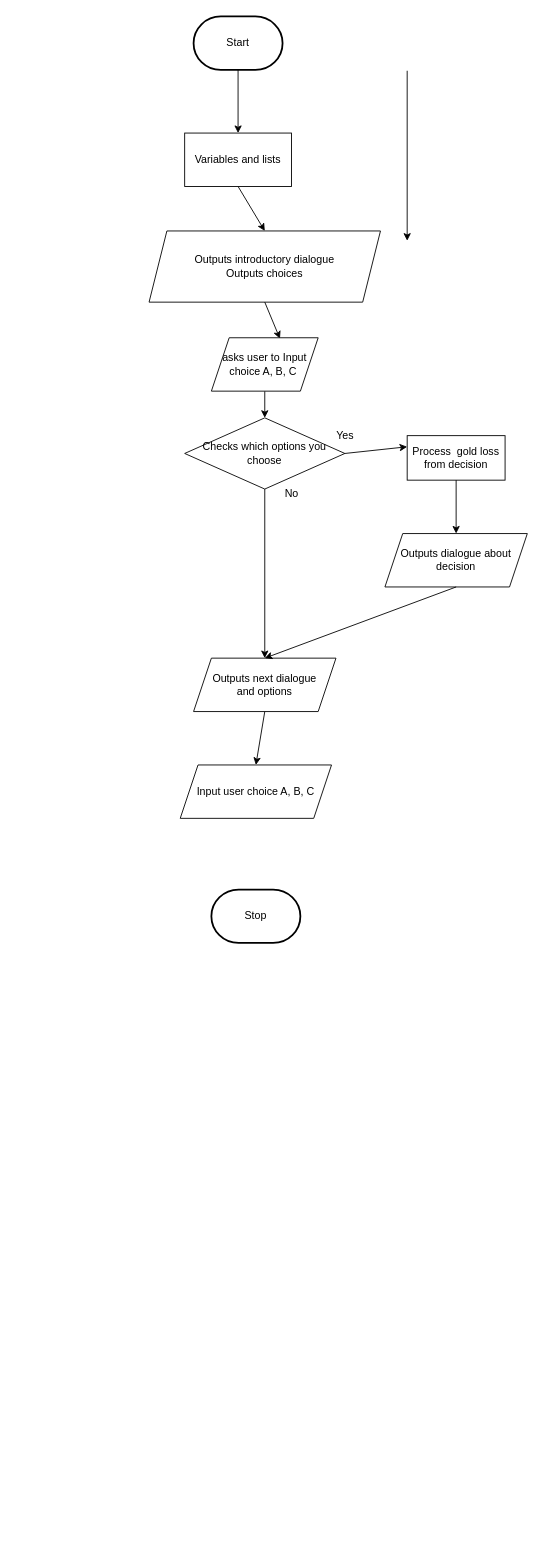
This is design/flowchart.drawio from MTHS-TEJ2O-1-2023/TEJ2O-Unit-2-05-michael-bruneau, a draw.io file, before an edit. Source tidied: cells renumbered, new cells numbered last; positions are measured from the earlier drawing's top-left corner, leaving out a move shared by most shapes. Both pictures are drawn from the tidied source at 89%, with x=0, y=0 at pixel (149, 16).
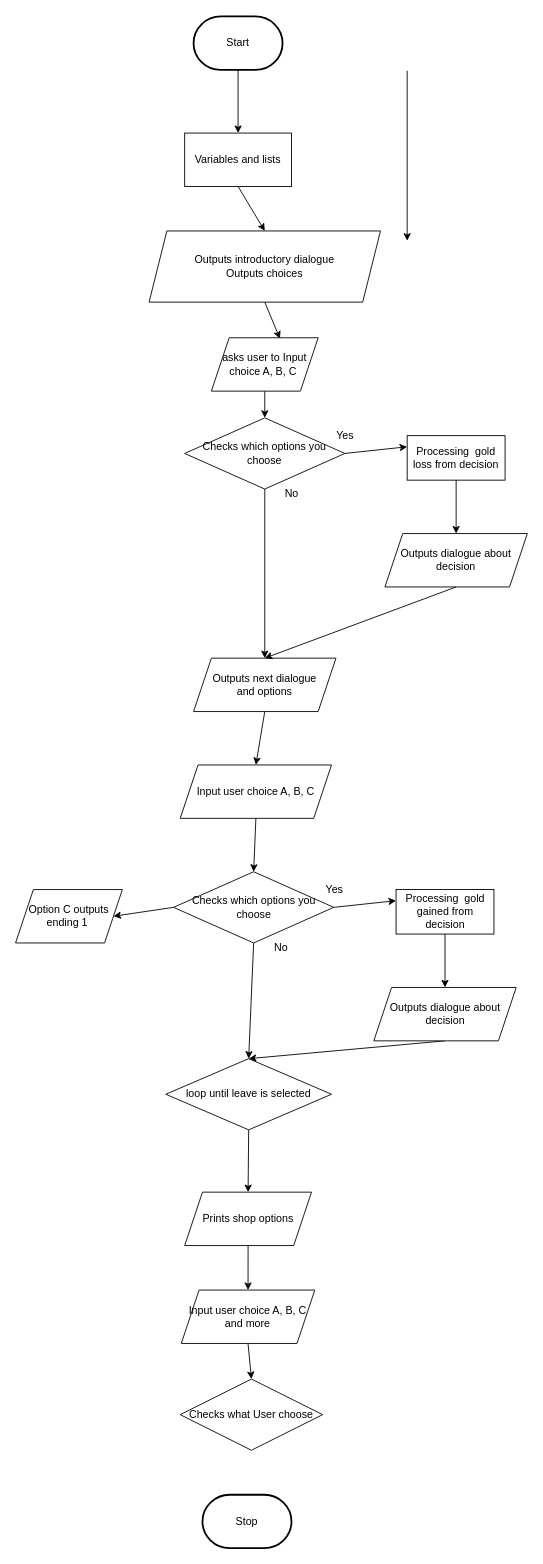
After the change.

Commit message:
Flow chart

Unchanged cells that the change refers to:
```xml
<mxCell id="23" value="Input user choice A, B, C" style="shape=parallelogram;perimeter=parallelogramPerimeter;whiteSpace=wrap;html=1;fixedSize=1;" parent="1" vertex="1">
  <mxGeometry x="35" y="841" width="170" height="60" as="geometry" />
</mxCell>
```

The edit, as a diff of the source:
```diff
@@
     <mxCell id="3" value="Stop" style="strokeWidth=2;html=1;shape=mxgraph.flowchart.terminator;whiteSpace=wrap;" parent="1" vertex="1">
-      <mxGeometry x="70" y="981" width="100" height="60" as="geometry" />
+      <mxGeometry x="60" y="1661" width="100" height="60" as="geometry" />
     </mxCell>
@@
-    <mxCell id="16" value="Process&amp;nbsp; gold loss from decision" style="rounded=0;whiteSpace=wrap;html=1;" parent="1" vertex="1">
+    <mxCell id="16" value="Processing&amp;nbsp; gold loss from decision" style="rounded=0;whiteSpace=wrap;html=1;" parent="1" vertex="1">
       <mxGeometry x="290" y="471" width="110" height="50" as="geometry" />
     </mxCell>
@@
+    <mxCell id="24" style="edgeStyle=none;html=1;exitX=0.5;exitY=1;exitDx=0;exitDy=0;entryX=0.5;entryY=0;entryDx=0;entryDy=0;" parent="1" edge="1" source="23" target="27">
+      <mxGeometry relative="1" as="geometry" />
+    </mxCell>
@@
+    <mxCell id="25" style="edgeStyle=none;html=1;exitX=0;exitY=0.5;exitDx=0;exitDy=0;entryX=1;entryY=0.5;entryDx=0;entryDy=0;" parent="1" edge="1" source="27" target="35">
+      <mxGeometry relative="1" as="geometry" />
+    </mxCell>
+    <mxCell id="26" style="edgeStyle=none;html=1;exitX=0.5;exitY=1;exitDx=0;exitDy=0;entryX=0.5;entryY=0;entryDx=0;entryDy=0;" parent="1" edge="1" source="27" target="39">
+      <mxGeometry relative="1" as="geometry" />
+    </mxCell>
+    <mxCell id="27" value="Checks which options you choose" style="rhombus;whiteSpace=wrap;html=1;" parent="1" vertex="1">
+      <mxGeometry x="27.5" y="961" width="180" height="80" as="geometry" />
+    </mxCell>
+    <mxCell id="28" value="No" style="text;html=1;align=center;verticalAlign=middle;strokeColor=none;fillColor=none;" parent="1" vertex="1">
+      <mxGeometry x="127.5" y="1031" width="40" height="30" as="geometry" />
+    </mxCell>
+    <mxCell id="29" value="Yes" style="text;html=1;align=center;verticalAlign=middle;strokeColor=none;fillColor=none;" parent="1" vertex="1">
+      <mxGeometry x="187.5" y="966" width="40" height="30" as="geometry" />
+    </mxCell>
+    <mxCell id="30" value="Processing&amp;nbsp; gold gained from decision" style="rounded=0;whiteSpace=wrap;html=1;" parent="1" vertex="1">
+      <mxGeometry x="277.5" y="981" width="110" height="50" as="geometry" />
+    </mxCell>
+    <mxCell id="31" style="edgeStyle=none;html=1;exitX=0.5;exitY=1;exitDx=0;exitDy=0;entryX=0.5;entryY=0;entryDx=0;entryDy=0;" parent="1" edge="1" source="32" target="39">
+      <mxGeometry relative="1" as="geometry" />
+    </mxCell>
+    <mxCell id="32" value="Outputs dialogue about decision" style="shape=parallelogram;perimeter=parallelogramPerimeter;whiteSpace=wrap;html=1;fixedSize=1;" parent="1" vertex="1">
+      <mxGeometry x="252.5" y="1091" width="160" height="60" as="geometry" />
+    </mxCell>
+    <mxCell id="33" style="html=1;rounded=0;exitX=1;exitY=0.5;exitDx=0;exitDy=0;entryX=0;entryY=0.25;entryDx=0;entryDy=0;" parent="1" edge="1" source="27" target="30">
+      <mxGeometry relative="1" as="geometry" />
+    </mxCell>
+    <mxCell id="34" style="html=1;rounded=0;entryX=0.5;entryY=0;entryDx=0;entryDy=0;exitX=0.5;exitY=1;exitDx=0;exitDy=0;" parent="1" edge="1" source="30" target="32">
+      <mxGeometry relative="1" as="geometry" />
+    </mxCell>
+    <mxCell id="35" value="Option C outputs ending 1&amp;nbsp;" style="shape=parallelogram;perimeter=parallelogramPerimeter;whiteSpace=wrap;html=1;fixedSize=1;" parent="1" vertex="1">
+      <mxGeometry x="-150" y="981" width="120" height="60" as="geometry" />
+    </mxCell>
+    <mxCell id="36" style="edgeStyle=none;html=1;exitX=0.5;exitY=1;exitDx=0;exitDy=0;entryX=0.5;entryY=0;entryDx=0;entryDy=0;" parent="1" edge="1" source="37" target="41">
+      <mxGeometry relative="1" as="geometry" />
+    </mxCell>
+    <mxCell id="37" value="Prints shop options" style="shape=parallelogram;perimeter=parallelogramPerimeter;whiteSpace=wrap;html=1;fixedSize=1;" parent="1" vertex="1">
+      <mxGeometry x="40" y="1321" width="142.5" height="60" as="geometry" />
+    </mxCell>
+    <mxCell id="38" style="edgeStyle=none;html=1;exitX=0.5;exitY=1;exitDx=0;exitDy=0;entryX=0.5;entryY=0;entryDx=0;entryDy=0;" parent="1" edge="1" source="39" target="37">
+      <mxGeometry relative="1" as="geometry" />
+    </mxCell>
+    <mxCell id="39" value="loop until leave is selected" style="rhombus;whiteSpace=wrap;html=1;" parent="1" vertex="1">
+      <mxGeometry x="18.8" y="1171" width="186.2" height="80" as="geometry" />
+    </mxCell>
+    <mxCell id="40" style="edgeStyle=none;html=1;exitX=0.5;exitY=1;exitDx=0;exitDy=0;entryX=0.5;entryY=0;entryDx=0;entryDy=0;" parent="1" edge="1" source="41" target="42">
+      <mxGeometry relative="1" as="geometry" />
+    </mxCell>
+    <mxCell id="41" value="Input user choice A, B, C and more" style="shape=parallelogram;perimeter=parallelogramPerimeter;whiteSpace=wrap;html=1;fixedSize=1;" parent="1" vertex="1">
+      <mxGeometry x="36.2" y="1431" width="150" height="60" as="geometry" />
+    </mxCell>
+    <mxCell id="42" value="Checks what User choose" style="rhombus;whiteSpace=wrap;html=1;" parent="1" vertex="1">
+      <mxGeometry x="35" y="1531" width="160" height="80" as="geometry" />
+    </mxCell>
```
